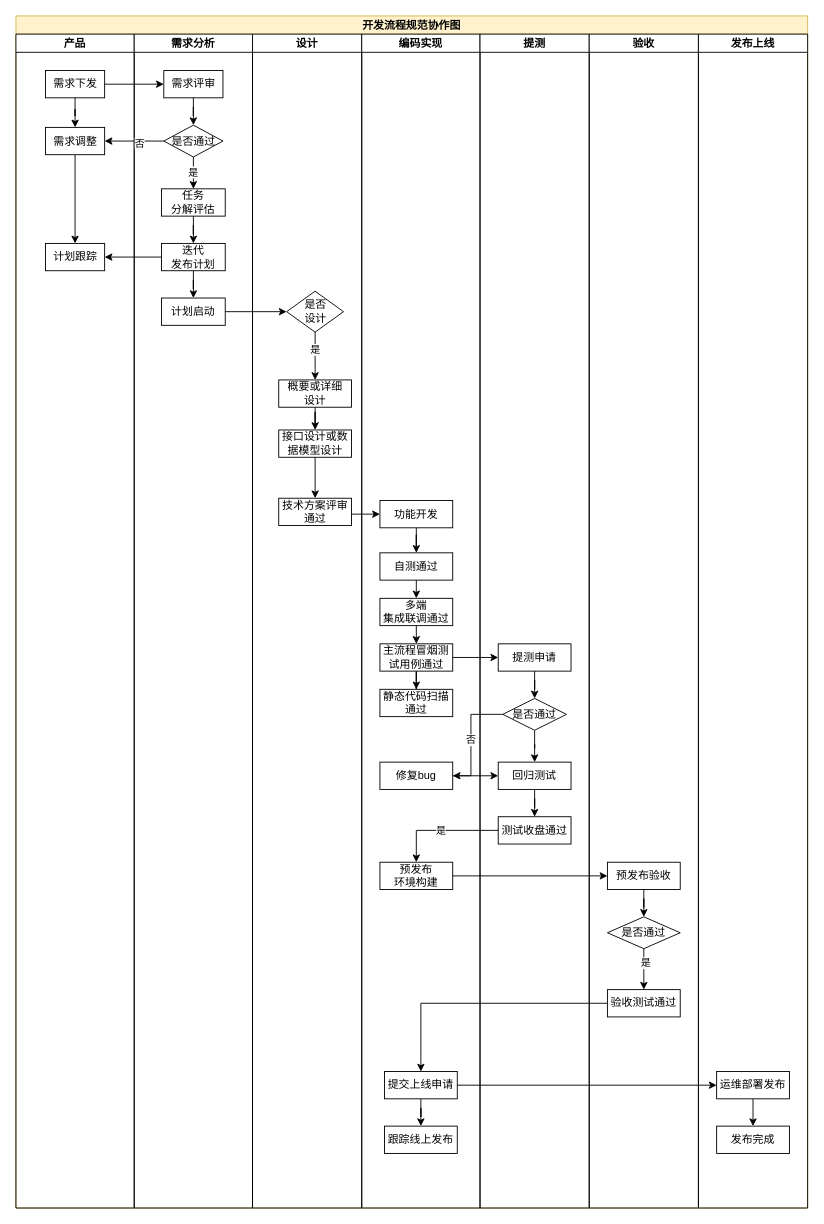
This is Untitled Diagram.drawio from zhubin2430701/draw, a draw.io file, before an edit. Source tidied: cells renumbered, new cells numbered last; positions are measured from the earlier drawing's top-left corner, leaving out a move shared by most shapes. Both pictures are drawn from the tidied source at 91%, with x=0, y=0 at pixel (15, 15).
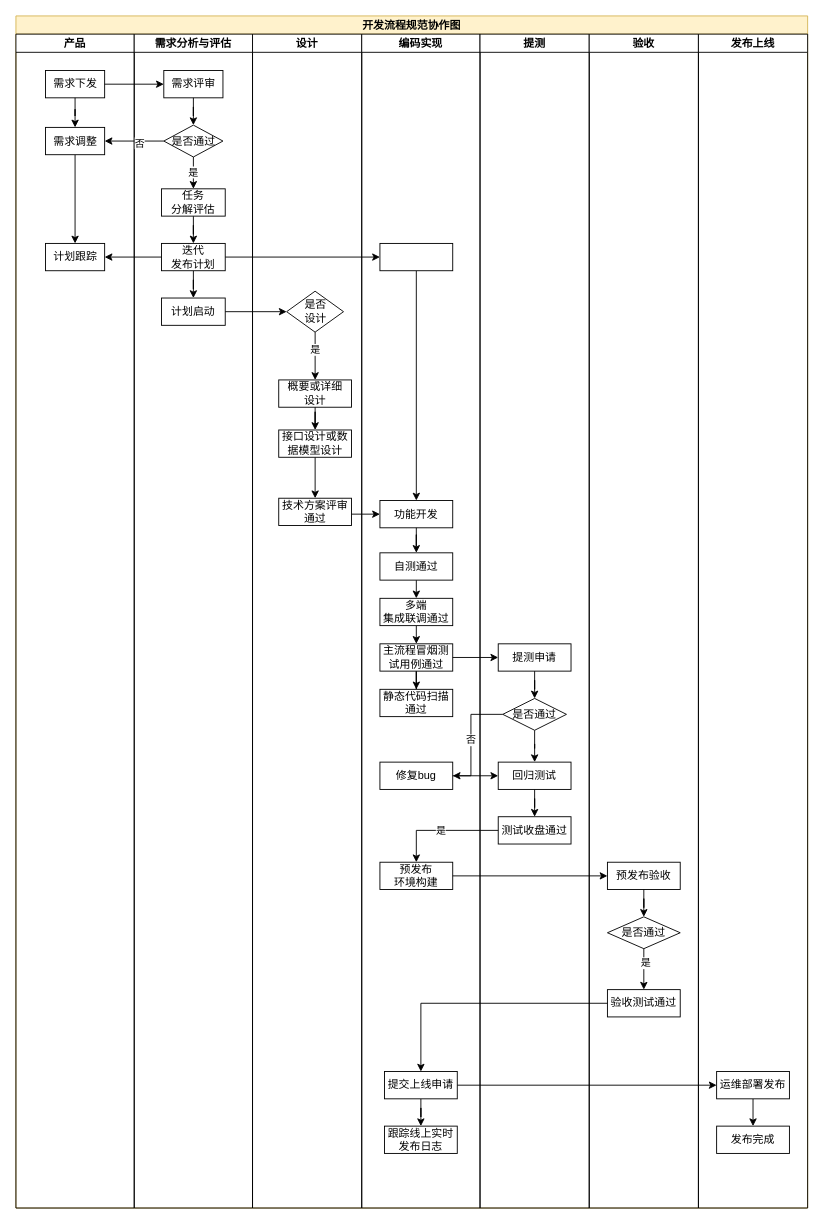
The same diagram, later.

Commit message:
更新协作图

The change refers to these unchanged cells:
```xml
<mxCell id="2" value="开发流程规范协作图" style="swimlane;startSize=20;fillColor=#fff2cc;strokeColor=#d6b656;" parent="1" vertex="1">
  <mxGeometry width="870" height="1310" as="geometry" />
</mxCell>
<mxCell id="17" value="迭代&lt;br&gt;发布计划" style="rounded=0;whiteSpace=wrap;html=1;" parent="9" vertex="1">
  <mxGeometry x="30" y="230" width="70" height="30" as="geometry" />
</mxCell>
<mxCell id="28" value="编码实现" style="swimlane;startSize=20;" parent="2" vertex="1">
  <mxGeometry x="380" y="20" width="130" height="1290" as="geometry" />
</mxCell>
<mxCell id="29" value="功能开发" style="whiteSpace=wrap;html=1;rounded=0;" parent="28" vertex="1">
  <mxGeometry x="20" y="512.5" width="80" height="30" as="geometry" />
</mxCell>
```

Change to the diagram source:
```diff
@@
-    <mxCell id="9" value="需求分析" style="swimlane;startSize=20;" parent="2" vertex="1">
+    <mxCell id="9" value="需求分析与评估" style="swimlane;startSize=20;" parent="2" vertex="1">
       <mxGeometry x="130" y="20" width="130" height="1290" as="geometry" />
     </mxCell>
@@
-    <mxCell id="41" value="跟踪线上发布" style="whiteSpace=wrap;html=1;rounded=0;" parent="28" vertex="1">
+    <mxCell id="41" value="跟踪线上实时发布日志" style="whiteSpace=wrap;html=1;rounded=0;" parent="28" vertex="1">
       <mxGeometry x="25" y="1200" width="80" height="30" as="geometry" />
     </mxCell>
@@
+    <mxCell id="76" style="edgeStyle=orthogonalEdgeStyle;rounded=0;jettySize=auto;html=1;exitX=0.5;exitY=1;exitDx=0;exitDy=0;" parent="28" edge="1" source="77" target="29">
+      <mxGeometry relative="1" as="geometry" />
+    </mxCell>
+    <mxCell id="77" style="whiteSpace=wrap;html=1;rounded=0;" parent="28" vertex="1">
+      <mxGeometry x="20" y="230" width="80" height="30" as="geometry" />
+    </mxCell>
@@
+    <mxCell id="78" style="edgeStyle=orthogonalEdgeStyle;rounded=0;jettySize=auto;html=1;exitX=1;exitY=0.5;exitDx=0;exitDy=0;entryX=0;entryY=0.5;entryDx=0;entryDy=0;" parent="2" edge="1" source="17" target="77">
+      <mxGeometry relative="1" as="geometry" />
+    </mxCell>
```
